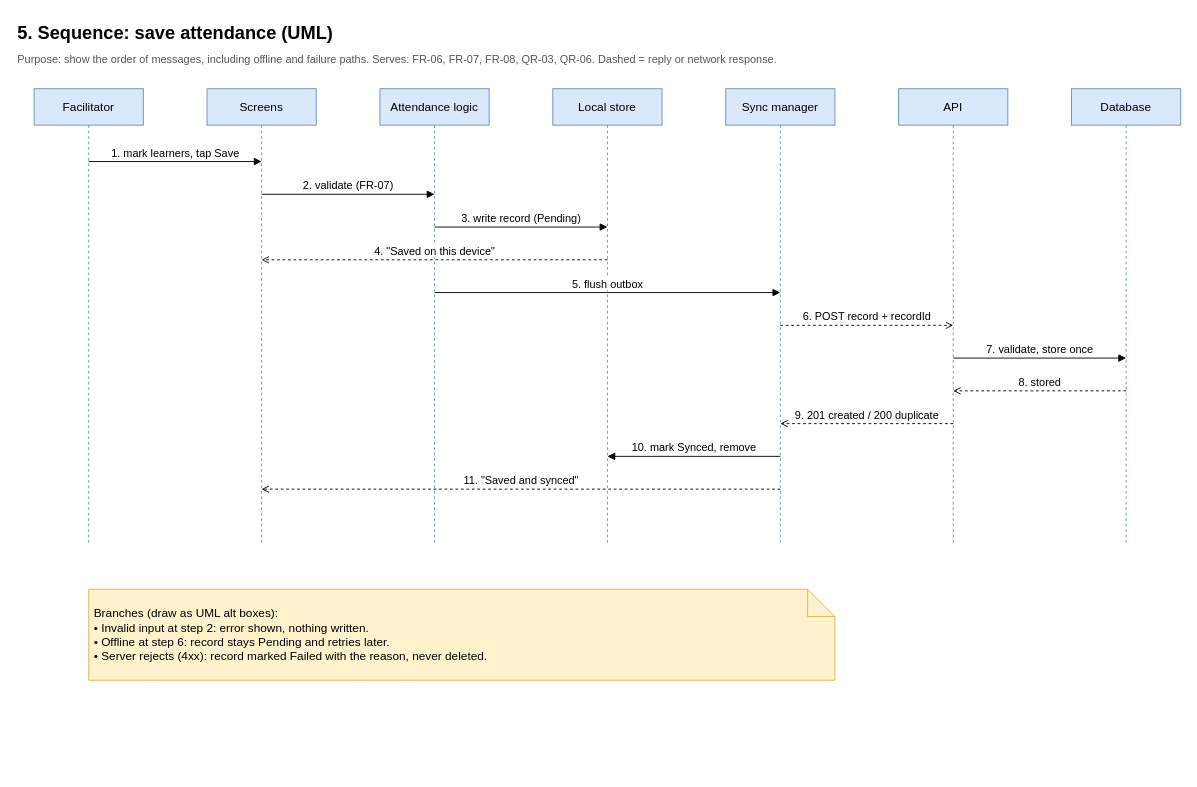
Before: page "5 Sequence - Create and Sync Plan" (5 of 8) of docs/architecture/STEMMate_A4_Architecture.drawio in Wxanted/STEMMATE_Assignment_4, a draw.io diagram. Source tidied: cells renumbered, new cells numbered last; positions are measured from the earlier drawing's top-left corner, leaving out a move shared by most shapes. Both pictures are drawn from the tidied source at 91%, with x=0, y=0 at pixel (15, 15).
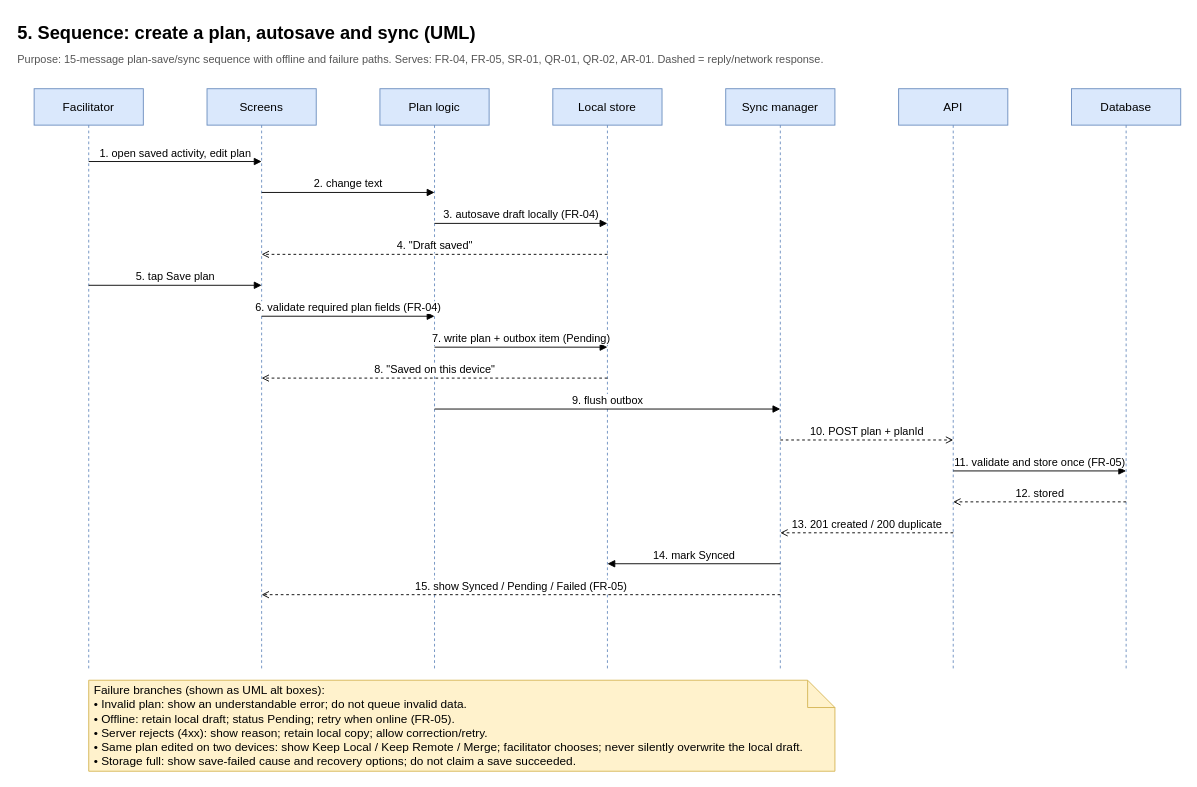
The same diagram, later.

Change to the diagram source:
```diff
@@
-    <mxCell id="2" value="5. Sequence: save attendance (UML)" style="text;html=1;fontSize=20;fontStyle=1;align=left;verticalAlign=top;whiteSpace=wrap;" parent="1" vertex="1">
+    <mxCell id="2" value="5. Sequence: create a plan, autosave and sync (UML)" style="text;html=1;fontSize=20;fontStyle=1;align=left;verticalAlign=top;whiteSpace=wrap;" parent="1" vertex="1">
       <mxGeometry width="900" height="34" as="geometry" />
     </mxCell>
-    <mxCell id="3" value="Purpose: show the order of messages, including offline and failure paths.   Serves: FR-06, FR-07, FR-08, QR-03, QR-06.   Dashed = reply or network response." style="text;html=1;fontSize=12;align=left;verticalAlign=top;whiteSpace=wrap;fontColor=#555555;" parent="1" vertex="1">
+    <mxCell id="3" value="Purpose: 15-message plan-save/sync sequence with offline and failure paths. Serves: FR-04, FR-05, SR-01, QR-01, QR-02, AR-01. Dashed = reply/network response." style="text;html=1;fontSize=12;align=left;verticalAlign=top;whiteSpace=wrap;fontColor=#555555;" parent="1" vertex="1">
       <mxGeometry y="34" width="900" height="24" as="geometry" />
     </mxCell>
     <mxCell id="4" value="Facilitator" style="shape=umlLifeline;perimeter=lifelinePerimeter;whiteSpace=wrap;html=1;fillColor=#dae8fc;strokeColor=#6c8ebf;fontSize=13;" parent="1" vertex="1">
-      <mxGeometry x="20" y="80" width="120" height="500" as="geometry" />
+      <mxGeometry x="20" y="80" width="120" height="640" as="geometry" />
     </mxCell>
     <mxCell id="5" value="Screens" style="shape=umlLifeline;perimeter=lifelinePerimeter;whiteSpace=wrap;html=1;fillColor=#dae8fc;strokeColor=#6c8ebf;fontSize=13;" parent="1" vertex="1">
-      <mxGeometry x="210" y="80" width="120" height="500" as="geometry" />
+      <mxGeometry x="210" y="80" width="120" height="640" as="geometry" />
     </mxCell>
-    <mxCell id="6" value="Attendance logic" style="shape=umlLifeline;perimeter=lifelinePerimeter;whiteSpace=wrap;html=1;fillColor=#dae8fc;strokeColor=#6c8ebf;fontSize=13;" parent="1" vertex="1">
-      <mxGeometry x="400" y="80" width="120" height="500" as="geometry" />
-    </mxCell>
+    <mxCell id="23" value="Plan logic" style="shape=umlLifeline;perimeter=lifelinePerimeter;whiteSpace=wrap;html=1;fillColor=#dae8fc;strokeColor=#6c8ebf;fontSize=13;" parent="1" vertex="1">
+      <mxGeometry x="400" y="80" width="120" height="640" as="geometry" />
+    </mxCell>
     <mxCell id="7" value="Local store" style="shape=umlLifeline;perimeter=lifelinePerimeter;whiteSpace=wrap;html=1;fillColor=#dae8fc;strokeColor=#6c8ebf;fontSize=13;" parent="1" vertex="1">
-      <mxGeometry x="590" y="80" width="120" height="500" as="geometry" />
+      <mxGeometry x="590" y="80" width="120" height="640" as="geometry" />
     </mxCell>
     <mxCell id="8" value="Sync manager" style="shape=umlLifeline;perimeter=lifelinePerimeter;whiteSpace=wrap;html=1;fillColor=#dae8fc;strokeColor=#6c8ebf;fontSize=13;" parent="1" vertex="1">
-      <mxGeometry x="780" y="80" width="120" height="500" as="geometry" />
+      <mxGeometry x="780" y="80" width="120" height="640" as="geometry" />
     </mxCell>
     <mxCell id="9" value="API" style="shape=umlLifeline;perimeter=lifelinePerimeter;whiteSpace=wrap;html=1;fillColor=#dae8fc;strokeColor=#6c8ebf;fontSize=13;" parent="1" vertex="1">
-      <mxGeometry x="970" y="80" width="120" height="500" as="geometry" />
+      <mxGeometry x="970" y="80" width="120" height="640" as="geometry" />
     </mxCell>
     <mxCell id="10" value="Database" style="shape=umlLifeline;perimeter=lifelinePerimeter;whiteSpace=wrap;html=1;fillColor=#dae8fc;strokeColor=#6c8ebf;fontSize=13;" parent="1" vertex="1">
-      <mxGeometry x="1160" y="80" width="120" height="500" as="geometry" />
+      <mxGeometry x="1160" y="80" width="120" height="640" as="geometry" />
     </mxCell>
-    <mxCell id="11" value="1. mark learners, tap Save" style="html=1;verticalAlign=bottom;endArrow=block;endFill=1;fontSize=12;labelBackgroundColor=#ffffff;" parent="1" edge="1">
+    <mxCell id="11" value="1. open saved activity, edit plan" style="html=1;verticalAlign=bottom;endArrow=block;endFill=1;fontSize=12;labelBackgroundColor=#ffffff;" parent="1" edge="1">
       <mxGeometry relative="1" as="geometry">
         <mxPoint x="80" y="160" as="sourcePoint" />
         <mxPoint x="270" y="160" as="targetPoint" />
       </mxGeometry>
     </mxCell>
-    <mxCell id="12" value="2. validate (FR-07)" style="html=1;verticalAlign=bottom;endArrow=block;endFill=1;fontSize=12;labelBackgroundColor=#ffffff;" parent="1" edge="1">
+    <mxCell id="12" value="2. change text" style="html=1;verticalAlign=bottom;endArrow=block;endFill=1;fontSize=12;labelBackgroundColor=#ffffff;" parent="1" edge="1">
       <mxGeometry relative="1" as="geometry">
-        <mxPoint x="270" y="196" as="sourcePoint" />
-        <mxPoint x="460" y="196" as="targetPoint" />
+        <mxPoint x="270" y="194" as="sourcePoint" />
+        <mxPoint x="460" y="194" as="targetPoint" />
       </mxGeometry>
     </mxCell>
-    <mxCell id="13" value="3. write record (Pending)" style="html=1;verticalAlign=bottom;endArrow=block;endFill=1;fontSize=12;labelBackgroundColor=#ffffff;" parent="1" edge="1">
+    <mxCell id="13" value="3. autosave draft locally (FR-04)" style="html=1;verticalAlign=bottom;endArrow=block;endFill=1;fontSize=12;labelBackgroundColor=#ffffff;" parent="1" edge="1">
       <mxGeometry relative="1" as="geometry">
-        <mxPoint x="460" y="232" as="sourcePoint" />
-        <mxPoint x="650" y="232" as="targetPoint" />
+        <mxPoint x="460" y="228" as="sourcePoint" />
+        <mxPoint x="650" y="228" as="targetPoint" />
       </mxGeometry>
     </mxCell>
-    <mxCell id="14" value="4. &quot;Saved on this device&quot;" style="html=1;verticalAlign=bottom;endArrow=block;endFill=1;fontSize=12;labelBackgroundColor=#ffffff;dashed=1;endArrow=open;" parent="1" edge="1">
+    <mxCell id="14" value="4. &quot;Draft saved&quot;" style="html=1;verticalAlign=bottom;endArrow=block;endFill=1;fontSize=12;labelBackgroundColor=#ffffff;dashed=1;endArrow=open;" parent="1" edge="1">
       <mxGeometry relative="1" as="geometry">
-        <mxPoint x="650" y="268" as="sourcePoint" />
-        <mxPoint x="270" y="268" as="targetPoint" />
+        <mxPoint x="650" y="262" as="sourcePoint" />
+        <mxPoint x="270" y="262" as="targetPoint" />
       </mxGeometry>
     </mxCell>
-    <mxCell id="15" value="5. flush outbox" style="html=1;verticalAlign=bottom;endArrow=block;endFill=1;fontSize=12;labelBackgroundColor=#ffffff;" parent="1" edge="1">
+    <mxCell id="15" value="5. tap Save plan" style="html=1;verticalAlign=bottom;endArrow=block;endFill=1;fontSize=12;labelBackgroundColor=#ffffff;" parent="1" edge="1">
       <mxGeometry relative="1" as="geometry">
-        <mxPoint x="460" y="304" as="sourcePoint" />
-        <mxPoint x="840" y="304" as="targetPoint" />
+        <mxPoint x="80" y="296" as="sourcePoint" />
+        <mxPoint x="270" y="296" as="targetPoint" />
       </mxGeometry>
     </mxCell>
-    <mxCell id="16" value="6. POST record + recordId" style="html=1;verticalAlign=bottom;endArrow=block;endFill=1;fontSize=12;labelBackgroundColor=#ffffff;dashed=1;endArrow=open;" parent="1" edge="1">
+    <mxCell id="16" value="6. validate required plan fields (FR-04)" style="html=1;verticalAlign=bottom;endArrow=block;endFill=1;fontSize=12;labelBackgroundColor=#ffffff;" parent="1" edge="1">
       <mxGeometry relative="1" as="geometry">
-        <mxPoint x="840" y="340" as="sourcePoint" />
-        <mxPoint x="1030" y="340" as="targetPoint" />
+        <mxPoint x="270" y="330" as="sourcePoint" />
+        <mxPoint x="460" y="330" as="targetPoint" />
       </mxGeometry>
     </mxCell>
-    <mxCell id="17" value="7. validate, store once" style="html=1;verticalAlign=bottom;endArrow=block;endFill=1;fontSize=12;labelBackgroundColor=#ffffff;" parent="1" edge="1">
+    <mxCell id="17" value="7. write plan + outbox item (Pending)" style="html=1;verticalAlign=bottom;endArrow=block;endFill=1;fontSize=12;labelBackgroundColor=#ffffff;" parent="1" edge="1">
       <mxGeometry relative="1" as="geometry">
-        <mxPoint x="1030" y="376" as="sourcePoint" />
-        <mxPoint x="1220" y="376" as="targetPoint" />
+        <mxPoint x="460" y="364" as="sourcePoint" />
+        <mxPoint x="650" y="364" as="targetPoint" />
       </mxGeometry>
     </mxCell>
-    <mxCell id="18" value="8. stored" style="html=1;verticalAlign=bottom;endArrow=block;endFill=1;fontSize=12;labelBackgroundColor=#ffffff;dashed=1;endArrow=open;" parent="1" edge="1">
+    <mxCell id="18" value="8. &quot;Saved on this device&quot;" style="html=1;verticalAlign=bottom;endArrow=block;endFill=1;fontSize=12;labelBackgroundColor=#ffffff;dashed=1;endArrow=open;" parent="1" edge="1">
       <mxGeometry relative="1" as="geometry">
-        <mxPoint x="1220" y="412" as="sourcePoint" />
-        <mxPoint x="1030" y="412" as="targetPoint" />
+        <mxPoint x="650" y="398" as="sourcePoint" />
+        <mxPoint x="270" y="398" as="targetPoint" />
       </mxGeometry>
     </mxCell>
-    <mxCell id="19" value="9. 201 created / 200 duplicate" style="html=1;verticalAlign=bottom;endArrow=block;endFill=1;fontSize=12;labelBackgroundColor=#ffffff;dashed=1;endArrow=open;" parent="1" edge="1">
+    <mxCell id="19" value="9. flush outbox" style="html=1;verticalAlign=bottom;endArrow=block;endFill=1;fontSize=12;labelBackgroundColor=#ffffff;" parent="1" edge="1">
       <mxGeometry relative="1" as="geometry">
-        <mxPoint x="1030" y="448" as="sourcePoint" />
-        <mxPoint x="840" y="448" as="targetPoint" />
+        <mxPoint x="460" y="432" as="sourcePoint" />
+        <mxPoint x="840" y="432" as="targetPoint" />
       </mxGeometry>
     </mxCell>
-    <mxCell id="20" value="10. mark Synced, remove" style="html=1;verticalAlign=bottom;endArrow=block;endFill=1;fontSize=12;labelBackgroundColor=#ffffff;" parent="1" edge="1">
+    <mxCell id="20" value="10. POST plan + planId" style="html=1;verticalAlign=bottom;endArrow=block;endFill=1;fontSize=12;labelBackgroundColor=#ffffff;dashed=1;endArrow=open;" parent="1" edge="1">
       <mxGeometry relative="1" as="geometry">
-        <mxPoint x="840" y="484" as="sourcePoint" />
-        <mxPoint x="650" y="484" as="targetPoint" />
+        <mxPoint x="840" y="466" as="sourcePoint" />
+        <mxPoint x="1030" y="466" as="targetPoint" />
       </mxGeometry>
     </mxCell>
-    <mxCell id="21" value="11. &quot;Saved and synced&quot;" style="html=1;verticalAlign=bottom;endArrow=block;endFill=1;fontSize=12;labelBackgroundColor=#ffffff;dashed=1;endArrow=open;" parent="1" edge="1">
+    <mxCell id="21" value="11. validate and store once (FR-05)" style="html=1;verticalAlign=bottom;endArrow=block;endFill=1;fontSize=12;labelBackgroundColor=#ffffff;" parent="1" edge="1">
       <mxGeometry relative="1" as="geometry">
-        <mxPoint x="840" y="520" as="sourcePoint" />
-        <mxPoint x="270" y="520" as="targetPoint" />
+        <mxPoint x="1030" y="500" as="sourcePoint" />
+        <mxPoint x="1220" y="500" as="targetPoint" />
       </mxGeometry>
     </mxCell>
+    <mxCell id="24" value="12. stored" style="html=1;verticalAlign=bottom;endArrow=block;endFill=1;fontSize=12;labelBackgroundColor=#ffffff;dashed=1;endArrow=open;" parent="1" edge="1">
+      <mxGeometry relative="1" as="geometry">
+        <mxPoint x="1220" y="534" as="sourcePoint" />
+        <mxPoint x="1030" y="534" as="targetPoint" />
+      </mxGeometry>
+    </mxCell>
+    <mxCell id="25" value="13. 201 created / 200 duplicate" style="html=1;verticalAlign=bottom;endArrow=block;endFill=1;fontSize=12;labelBackgroundColor=#ffffff;dashed=1;endArrow=open;" parent="1" edge="1">
+      <mxGeometry relative="1" as="geometry">
+        <mxPoint x="1030" y="568" as="sourcePoint" />
+        <mxPoint x="840" y="568" as="targetPoint" />
+      </mxGeometry>
+    </mxCell>
+    <mxCell id="26" value="14. mark Synced" style="html=1;verticalAlign=bottom;endArrow=block;endFill=1;fontSize=12;labelBackgroundColor=#ffffff;" parent="1" edge="1">
+      <mxGeometry relative="1" as="geometry">
+        <mxPoint x="840" y="602" as="sourcePoint" />
+        <mxPoint x="650" y="602" as="targetPoint" />
+      </mxGeometry>
+    </mxCell>
+    <mxCell id="27" value="15. show Synced / Pending / Failed (FR-05)" style="html=1;verticalAlign=bottom;endArrow=block;endFill=1;fontSize=12;labelBackgroundColor=#ffffff;dashed=1;endArrow=open;" parent="1" edge="1">
+      <mxGeometry relative="1" as="geometry">
+        <mxPoint x="840" y="636" as="sourcePoint" />
+        <mxPoint x="270" y="636" as="targetPoint" />
+      </mxGeometry>
+    </mxCell>
-    <mxCell id="22" value="Branches (draw as UML alt boxes):&#10;• Invalid input at step 2: error shown, nothing written.&#10;• Offline at step 6: record stays Pending and retries later.&#10;• Server rejects (4xx): record marked Failed with the reason, never deleted." style="shape=note;fillColor=#fff2cc;strokeColor=#d6b656;align=left;whiteSpace=wrap;html=1;fontSize=13;spacing=6;" parent="1" vertex="1">
-      <mxGeometry x="80" y="630" width="820" height="100" as="geometry" />
+    <mxCell id="22" value="Failure branches (shown as UML alt boxes):&#10;• Invalid plan: show an understandable error; do not queue invalid data.&#10;• Offline: retain local draft; status Pending; retry when online (FR-05).&#10;• Server rejects (4xx): show reason; retain local copy; allow correction/retry.&#10;• Same plan edited on two devices: show Keep Local / Keep Remote / Merge; facilitator chooses; never silently overwrite the local draft.&#10;• Storage full: show save-failed cause and recovery options; do not claim a save succeeded." style="shape=note;fillColor=#fff2cc;strokeColor=#d6b656;align=left;whiteSpace=wrap;html=1;fontSize=13;spacing=6;" parent="1" vertex="1">
+      <mxGeometry x="80" y="730" width="820" height="100" as="geometry" />
     </mxCell>
```
